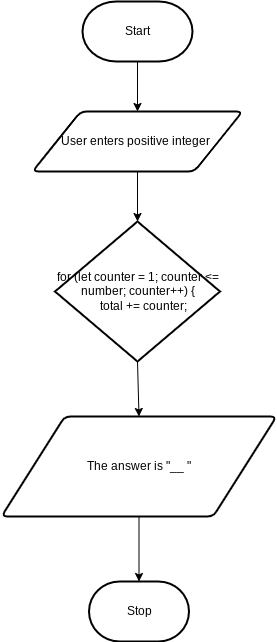
joannesanthosh/ICS20-Unit5-07-HTML keeps this draw.io diagram as design/flowchart.png. Above is the earlier version. Source tidied: cells renumbered, new cells last; positions are measured from the earlier drawing's top-left corner, leaving out a move shared by most shapes.
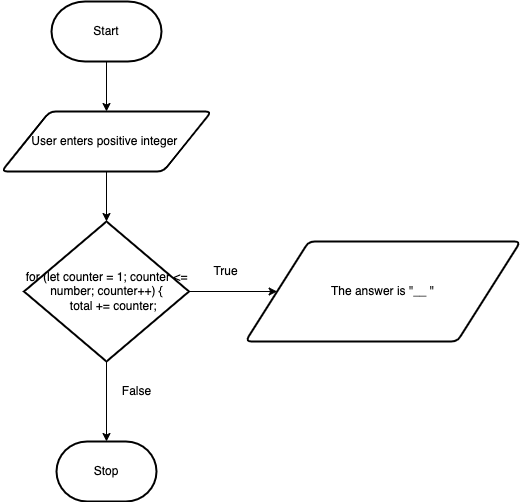
After the commit.

What changed in the source:
```diff
@@ -14,20 +14,26 @@
     <mxCell id="5" value="User enters positive integer&amp;nbsp;" style="shape=parallelogram;html=1;strokeWidth=2;perimeter=parallelogramPerimeter;whiteSpace=wrap;rounded=1;arcSize=12;size=0.23;" parent="1" vertex="1">
       <mxGeometry x="31" y="110" width="210" height="60" as="geometry" />
     </mxCell>
-    <mxCell id="6" style="edgeStyle=none;html=1;exitX=0.5;exitY=1;exitDx=0;exitDy=0;" parent="1" edge="1" source="7" target="8">
-      <mxGeometry relative="1" as="geometry" />
-    </mxCell>
     <mxCell id="7" value="The answer is &quot;__ &quot;" style="shape=parallelogram;html=1;strokeWidth=2;perimeter=parallelogramPerimeter;whiteSpace=wrap;rounded=1;arcSize=12;size=0.23;" parent="1" vertex="1">
-      <mxGeometry y="415" width="275" height="100" as="geometry" />
+      <mxGeometry x="275" y="240" width="275" height="100" as="geometry" />
     </mxCell>
     <mxCell id="8" value="Stop" style="strokeWidth=2;html=1;shape=mxgraph.flowchart.terminator;whiteSpace=wrap;" parent="1" vertex="1">
-      <mxGeometry x="87.5" y="580" width="100" height="60" as="geometry" />
+      <mxGeometry x="86" y="440" width="100" height="60" as="geometry" />
     </mxCell>
-    <mxCell id="9" style="edgeStyle=none;html=1;exitX=0.5;exitY=1;exitDx=0;exitDy=0;exitPerimeter=0;entryX=0.5;entryY=0;entryDx=0;entryDy=0;" parent="1" edge="1" source="10" target="7">
+    <mxCell id="9" style="edgeStyle=none;html=1;exitX=1;exitY=0.5;exitDx=0;exitDy=0;exitPerimeter=0;" parent="1" edge="1" source="10" target="7">
       <mxGeometry relative="1" as="geometry" />
     </mxCell>
+    <mxCell id="11" style="edgeStyle=none;html=1;exitX=0.5;exitY=1;exitDx=0;exitDy=0;exitPerimeter=0;entryX=0.5;entryY=0;entryDx=0;entryDy=0;entryPerimeter=0;" parent="1" edge="1" source="10" target="8">
+      <mxGeometry relative="1" as="geometry" />
+    </mxCell>
     <mxCell id="10" value="&lt;div&gt;for (let counter = 1; counter &amp;lt;= number; counter++) {&lt;/div&gt;&lt;div&gt;&amp;nbsp; &amp;nbsp; total += counter;&lt;/div&gt;" style="strokeWidth=2;html=1;shape=mxgraph.flowchart.decision;whiteSpace=wrap;" parent="1" vertex="1">
       <mxGeometry x="53.5" y="220" width="165" height="140" as="geometry" />
     </mxCell>
+    <mxCell id="12" value="True" style="text;html=1;align=center;verticalAlign=middle;fillColor=none;strokeColor=none;rounded=0;" parent="1" vertex="1">
+      <mxGeometry x="235" y="260" width="40" height="20" as="geometry" />
+    </mxCell>
+    <mxCell id="13" value="False" style="text;html=1;align=center;verticalAlign=middle;fillColor=none;strokeColor=none;rounded=0;" parent="1" vertex="1">
+      <mxGeometry x="141" y="380" width="50" height="20" as="geometry" />
+    </mxCell>
   </root>
 </mxGraphModel>
```
